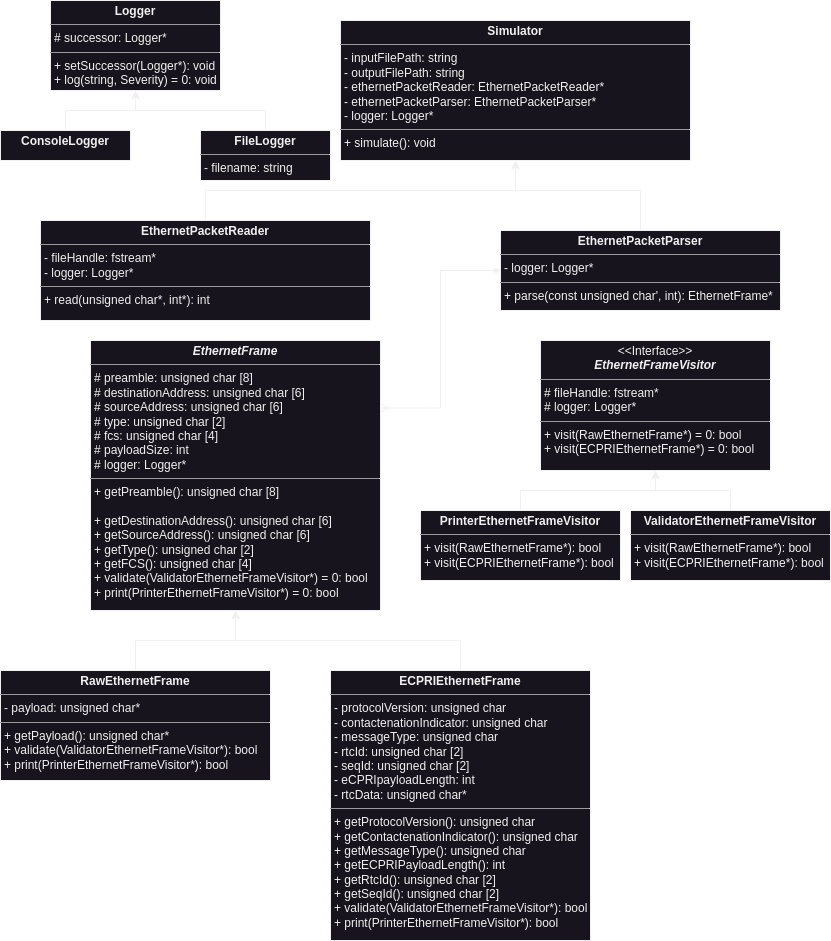
Above: 5G-Analyzer.drawio.png in AhmedAlaa2024/Siemens-EDA-OOP-5G-Analyzer-Emulator (draw.io), before the change. Source tidied: cells renumbered, new cells last; positions are measured from the earlier drawing's top-left corner, leaving out a move shared by most shapes.
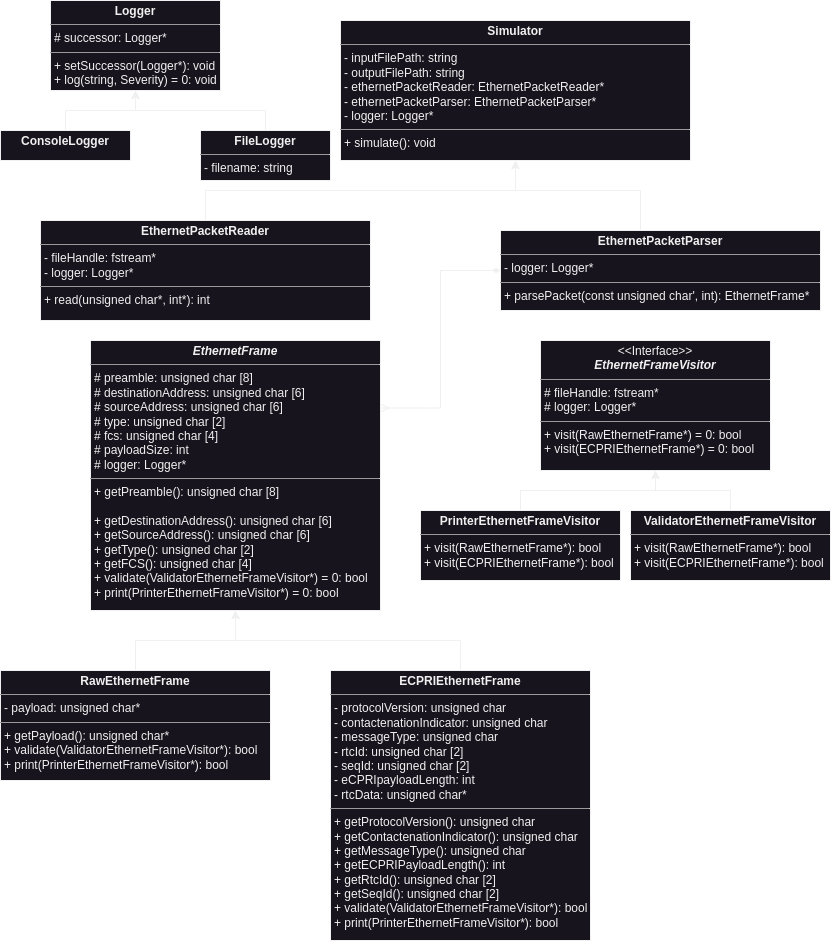
After the change.

The edit, as a diff of the source:
```diff
@@ -13,8 +13,8 @@
         </Array>
       </mxGeometry>
     </mxCell>
-    <mxCell id="4" value="&lt;p style=&quot;margin:0px;margin-top:4px;text-align:center;&quot;&gt;&lt;b&gt;EthernetPacketParser&lt;/b&gt;&lt;/p&gt;&lt;hr size=&quot;1&quot;&gt;&lt;p style=&quot;margin:0px;margin-left:4px;&quot;&gt;&lt;span style=&quot;background-color: initial;&quot;&gt;- logger: Logger*&lt;/span&gt;&lt;br&gt;&lt;/p&gt;&lt;hr size=&quot;1&quot;&gt;&lt;p style=&quot;margin:0px;margin-left:4px;&quot;&gt;+ parse(const unsigned char', int): EthernetFrame*&lt;/p&gt;" style="verticalAlign=top;align=left;overflow=fill;fontSize=12;fontFamily=Helvetica;html=1;rounded=0;shadow=0;comic=0;labelBackgroundColor=none;strokeWidth=1;" parent="1" vertex="1">
-      <mxGeometry x="500" y="230" width="280" height="80" as="geometry" />
+    <mxCell id="4" value="&lt;p style=&quot;margin:0px;margin-top:4px;text-align:center;&quot;&gt;&lt;b&gt;EthernetPacketParser&lt;/b&gt;&lt;/p&gt;&lt;hr size=&quot;1&quot;&gt;&lt;p style=&quot;margin:0px;margin-left:4px;&quot;&gt;&lt;span style=&quot;background-color: initial;&quot;&gt;- logger: Logger*&lt;/span&gt;&lt;br&gt;&lt;/p&gt;&lt;hr size=&quot;1&quot;&gt;&lt;p style=&quot;margin:0px;margin-left:4px;&quot;&gt;+ parsePacket(const unsigned char', int): EthernetFrame*&lt;/p&gt;" style="verticalAlign=top;align=left;overflow=fill;fontSize=12;fontFamily=Helvetica;html=1;rounded=0;shadow=0;comic=0;labelBackgroundColor=none;strokeWidth=1;" parent="1" vertex="1">
+      <mxGeometry x="500" y="230" width="320" height="80" as="geometry" />
     </mxCell>
     <mxCell id="5" style="edgeStyle=orthogonalEdgeStyle;rounded=0;jettySize=auto;html=1;" parent="1" edge="1" source="6" target="16">
       <mxGeometry relative="1" as="geometry">
```
